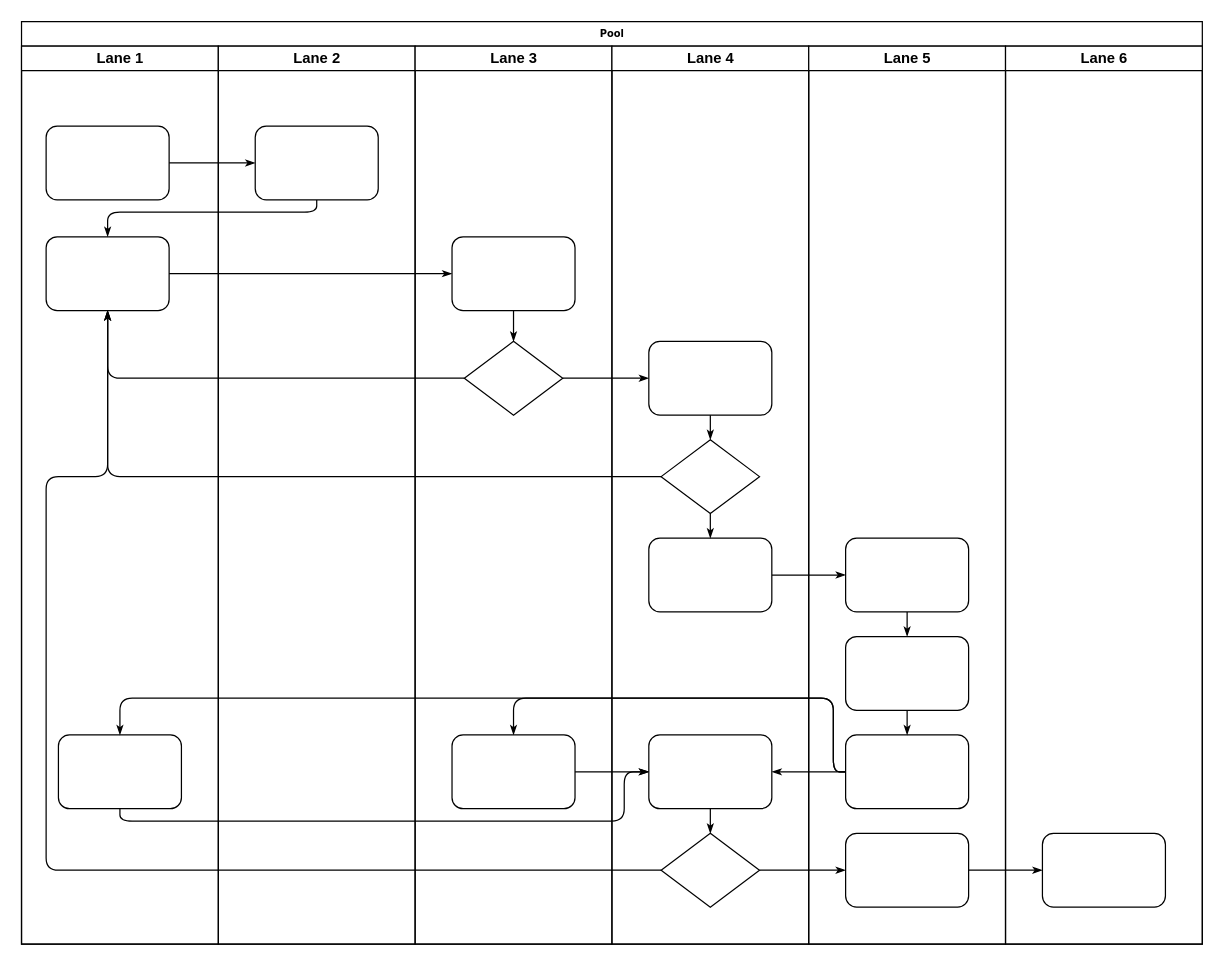
This is page "Page-1" (1 of 2) of diagrama Flujo - Flow.drawio from carlosvalderrama1204/diagrams, a draw.io file, before an edit. Source tidied: cells renumbered, new cells numbered last; positions are measured from the earlier drawing's top-left corner, leaving out a move shared by most shapes. Both pictures are drawn from the tidied source at 123%, with x=0, y=0 at pixel (21, 21).
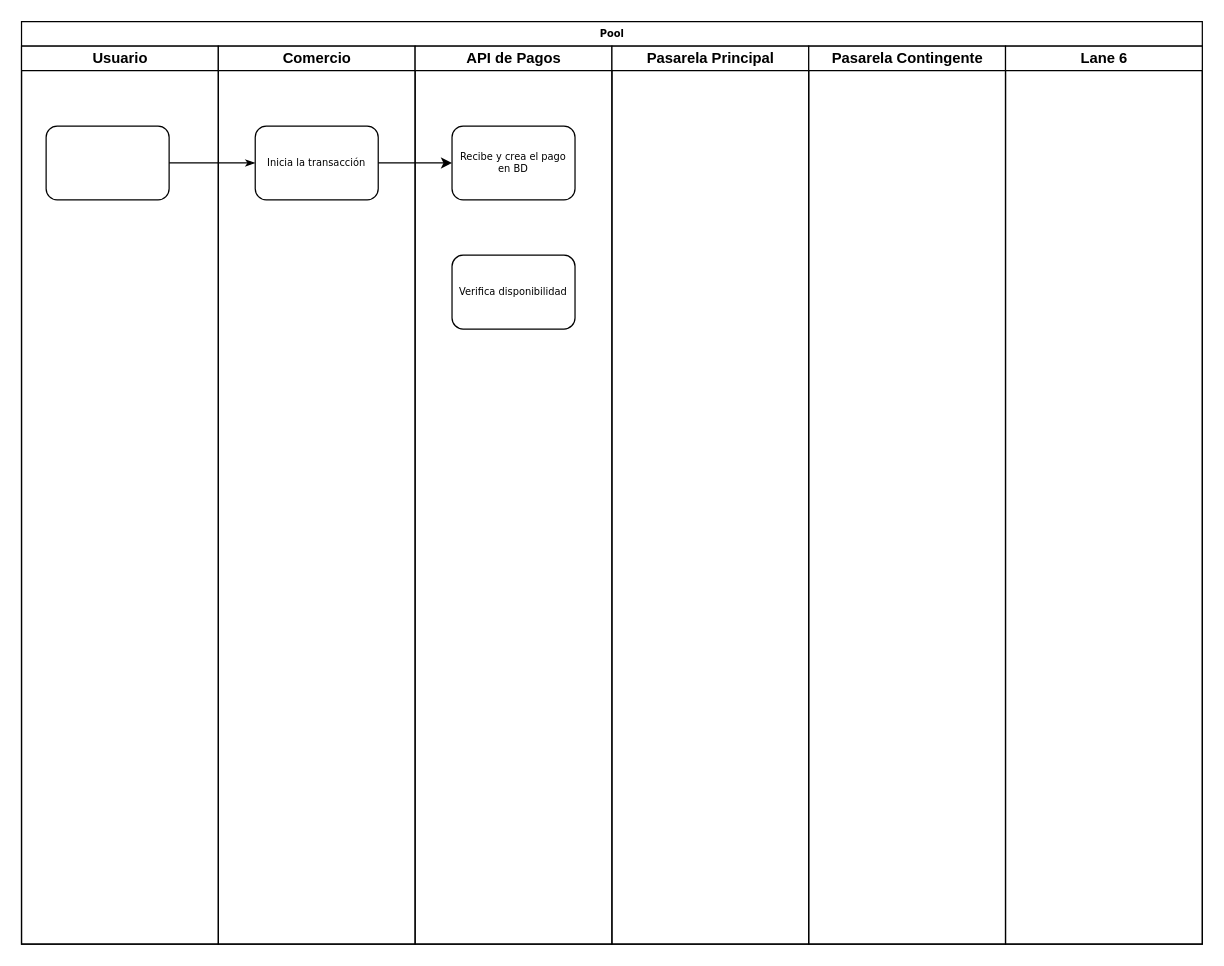
The same page after the edit.

The change refers to these unchanged cells:
```xml
<mxCell id="2" value="Pool" style="swimlane;html=1;startSize=20;rounded=0;shadow=0;labelBackgroundColor=none;strokeWidth=1;fontFamily=Verdana;fontSize=8;align=center;" parent="1" vertex="1">
  <mxGeometry width="960" height="750" as="geometry" />
</mxCell>
<mxCell id="45" value="Lane 6" style="swimlane;html=1;startSize=20;" parent="2" vertex="1">
  <mxGeometry x="800" y="20" width="160" height="730" as="geometry" />
</mxCell>
```

What changed in the source:
```diff
@@
-    <mxCell id="3" value="Lane 1" style="swimlane;html=1;startSize=20;" parent="2" vertex="1">
+    <mxCell id="3" value="Usuario" style="swimlane;html=1;startSize=20;" parent="2" vertex="1">
       <mxGeometry y="20" width="160" height="730" as="geometry" />
     </mxCell>
@@
-    <mxCell id="5" style="rounded=1;whiteSpace=wrap;html=1;shadow=0;labelBackgroundColor=none;strokeWidth=1;fontFamily=Verdana;fontSize=8;align=center;" parent="3" vertex="1">
-      <mxGeometry x="20" y="155" width="100" height="60" as="geometry" />
-    </mxCell>
-    <mxCell id="6" style="rounded=1;whiteSpace=wrap;html=1;shadow=0;labelBackgroundColor=none;strokeWidth=1;fontFamily=Verdana;fontSize=8;align=center;" parent="3" vertex="1">
-      <mxGeometry x="30" y="560" width="100" height="60" as="geometry" />
-    </mxCell>
@@
-    <mxCell id="8" style="edgeStyle=orthogonalEdgeStyle;rounded=1;html=1;labelBackgroundColor=none;startArrow=none;startFill=0;startSize=5;endArrow=classicThin;endFill=1;endSize=5;jettySize=auto;strokeWidth=1;fontFamily=Verdana;fontSize=8;" parent="2" edge="1" source="23" target="5">
-      <mxGeometry relative="1" as="geometry">
-        <Array as="points">
-          <mxPoint x="240" y="155" />
-          <mxPoint x="70" y="155" />
-        </Array>
-      </mxGeometry>
-    </mxCell>
-    <mxCell id="9" style="edgeStyle=orthogonalEdgeStyle;rounded=1;html=1;labelBackgroundColor=none;startArrow=none;startFill=0;startSize=5;endArrow=classicThin;endFill=1;endSize=5;jettySize=auto;strokeWidth=1;fontFamily=Verdana;fontSize=8;" parent="2" edge="1" source="5" target="25">
-      <mxGeometry relative="1" as="geometry" />
-    </mxCell>
-    <mxCell id="10" style="edgeStyle=orthogonalEdgeStyle;rounded=1;html=1;labelBackgroundColor=none;startArrow=none;startFill=0;startSize=5;endArrow=classicThin;endFill=1;endSize=5;jettySize=auto;strokeWidth=1;fontFamily=Verdana;fontSize=8;" parent="2" edge="1" source="26" target="5">
-      <mxGeometry relative="1" as="geometry" />
+    <mxCell id="10" style="edgeStyle=orthogonalEdgeStyle;rounded=1;html=1;labelBackgroundColor=none;startArrow=none;startFill=0;startSize=5;endArrow=classicThin;endFill=1;endSize=5;jettySize=auto;orthogonalLoop=1;strokeWidth=1;fontFamily=Verdana;fontSize=8;" parent="2" edge="1">
+      <mxGeometry relative="1" as="geometry">
+        <mxPoint x="360" y="290" as="sourcePoint" />
+      </mxGeometry>
     </mxCell>
-    <mxCell id="11" style="edgeStyle=orthogonalEdgeStyle;rounded=1;html=1;labelBackgroundColor=none;startArrow=none;startFill=0;startSize=5;endArrow=classicThin;endFill=1;endSize=5;jettySize=auto;strokeWidth=1;fontFamily=Verdana;fontSize=8;" parent="2" edge="1" source="31" target="5">
-      <mxGeometry relative="1" as="geometry" />
+    <mxCell id="11" style="edgeStyle=orthogonalEdgeStyle;rounded=1;html=1;labelBackgroundColor=none;startArrow=none;startFill=0;startSize=5;endArrow=classicThin;endFill=1;endSize=5;jettySize=auto;orthogonalLoop=1;strokeWidth=1;fontFamily=Verdana;fontSize=8;" parent="2" edge="1">
+      <mxGeometry relative="1" as="geometry">
+        <mxPoint x="520" y="370" as="sourcePoint" />
+      </mxGeometry>
     </mxCell>
-    <mxCell id="12" style="edgeStyle=orthogonalEdgeStyle;rounded=1;html=1;labelBackgroundColor=none;startArrow=none;startFill=0;startSize=5;endArrow=classicThin;endFill=1;endSize=5;jettySize=auto;strokeWidth=1;fontFamily=Verdana;fontSize=8;" parent="2" edge="1" source="34" target="5">
-      <mxGeometry relative="1" as="geometry">
-        <Array as="points">
-          <mxPoint x="20" y="690" />
-          <mxPoint x="20" y="370" />
-          <mxPoint x="70" y="370" />
-        </Array>
-      </mxGeometry>
-    </mxCell>
-    <mxCell id="13" style="edgeStyle=orthogonalEdgeStyle;rounded=1;html=1;labelBackgroundColor=none;startArrow=none;startFill=0;startSize=5;endArrow=classicThin;endFill=1;endSize=5;jettySize=auto;strokeWidth=1;fontFamily=Verdana;fontSize=8;" parent="2" edge="1" source="26" target="30">
-      <mxGeometry relative="1" as="geometry" />
+    <mxCell id="13" style="edgeStyle=orthogonalEdgeStyle;rounded=1;html=1;labelBackgroundColor=none;startArrow=none;startFill=0;startSize=5;endArrow=classicThin;endFill=1;endSize=5;jettySize=auto;orthogonalLoop=1;strokeWidth=1;fontFamily=Verdana;fontSize=8;" parent="2" edge="1">
+      <mxGeometry relative="1" as="geometry">
+        <mxPoint x="510" y="290" as="targetPoint" />
+      </mxGeometry>
     </mxCell>
-    <mxCell id="14" style="edgeStyle=orthogonalEdgeStyle;rounded=1;html=1;labelBackgroundColor=none;startArrow=none;startFill=0;startSize=5;endArrow=classicThin;endFill=1;endSize=5;jettySize=auto;strokeWidth=1;fontFamily=Verdana;fontSize=8;" parent="2" edge="1" source="34" target="42">
-      <mxGeometry relative="1" as="geometry" />
-    </mxCell>
-    <mxCell id="15" style="edgeStyle=orthogonalEdgeStyle;rounded=1;html=1;labelBackgroundColor=none;startArrow=none;startFill=0;startSize=5;endArrow=classicThin;endFill=1;endSize=5;jettySize=auto;strokeWidth=1;fontFamily=Verdana;fontSize=8;" parent="2" edge="1" source="42" target="46">
-      <mxGeometry relative="1" as="geometry" />
-    </mxCell>
-    <mxCell id="16" style="edgeStyle=orthogonalEdgeStyle;rounded=1;html=1;labelBackgroundColor=none;startArrow=none;startFill=0;startSize=5;endArrow=classicThin;endFill=1;endSize=5;jettySize=auto;strokeWidth=1;fontFamily=Verdana;fontSize=8;" parent="2" edge="1" source="32" target="39">
-      <mxGeometry relative="1" as="geometry" />
-    </mxCell>
-    <mxCell id="17" style="edgeStyle=orthogonalEdgeStyle;rounded=1;html=1;labelBackgroundColor=none;startArrow=none;startFill=0;startSize=5;endArrow=classicThin;endFill=1;endSize=5;jettySize=auto;strokeWidth=1;fontFamily=Verdana;fontSize=8;" parent="2" edge="1" source="41" target="27">
-      <mxGeometry relative="1" as="geometry">
-        <Array as="points">
-          <mxPoint x="660" y="610" />
-          <mxPoint x="660" y="550" />
-          <mxPoint x="400" y="550" />
-        </Array>
-      </mxGeometry>
-    </mxCell>
-    <mxCell id="18" style="edgeStyle=orthogonalEdgeStyle;rounded=1;html=1;labelBackgroundColor=none;startArrow=none;startFill=0;startSize=5;endArrow=classicThin;endFill=1;endSize=5;jettySize=auto;strokeColor=#000000;strokeWidth=1;fontFamily=Verdana;fontSize=8;fontColor=#000000;" parent="2" edge="1" source="41" target="33">
-      <mxGeometry relative="1" as="geometry" />
-    </mxCell>
-    <mxCell id="19" style="edgeStyle=orthogonalEdgeStyle;rounded=1;html=1;labelBackgroundColor=none;startArrow=none;startFill=0;startSize=5;endArrow=classicThin;endFill=1;endSize=5;jettySize=auto;strokeWidth=1;fontFamily=Verdana;fontSize=8;" parent="2" edge="1" source="41" target="6">
-      <mxGeometry relative="1" as="geometry">
-        <Array as="points">
-          <mxPoint x="660" y="610" />
-          <mxPoint x="660" y="550" />
-          <mxPoint x="80" y="550" />
-        </Array>
-      </mxGeometry>
-    </mxCell>
-    <mxCell id="20" style="edgeStyle=orthogonalEdgeStyle;rounded=1;html=1;labelBackgroundColor=none;startArrow=none;startFill=0;startSize=5;endArrow=classicThin;endFill=1;endSize=5;jettySize=auto;strokeWidth=1;fontFamily=Verdana;fontSize=8;" parent="2" edge="1" source="6" target="33">
-      <mxGeometry relative="1" as="geometry">
-        <Array as="points">
-          <mxPoint x="80" y="650" />
-          <mxPoint x="490" y="650" />
-          <mxPoint x="490" y="610" />
-        </Array>
-      </mxGeometry>
-    </mxCell>
-    <mxCell id="21" style="edgeStyle=orthogonalEdgeStyle;rounded=1;html=1;labelBackgroundColor=none;startArrow=none;startFill=0;startSize=5;endArrow=classicThin;endFill=1;endSize=5;jettySize=auto;strokeWidth=1;fontFamily=Verdana;fontSize=8;" parent="2" edge="1" source="27" target="33">
-      <mxGeometry relative="1" as="geometry" />
-    </mxCell>
-    <mxCell id="22" value="Lane 2" style="swimlane;html=1;startSize=20;" parent="2" vertex="1">
+    <mxCell id="22" value="Comercio" style="swimlane;html=1;startSize=20;" parent="2" vertex="1">
       <mxGeometry x="160" y="20" width="160" height="730" as="geometry" />
     </mxCell>
-    <mxCell id="23" style="rounded=1;whiteSpace=wrap;html=1;shadow=0;labelBackgroundColor=none;strokeWidth=1;fontFamily=Verdana;fontSize=8;align=center;" parent="22" vertex="1">
+    <mxCell id="23" value="Inicia la transacción" style="rounded=1;whiteSpace=wrap;html=1;shadow=0;labelBackgroundColor=none;strokeWidth=1;fontFamily=Verdana;fontSize=8;align=center;" parent="22" vertex="1">
       <mxGeometry x="30" y="65" width="100" height="60" as="geometry" />
     </mxCell>
-    <mxCell id="24" value="Lane 3" style="swimlane;html=1;startSize=20;" parent="2" vertex="1">
+    <mxCell id="24" value="API de Pagos" style="swimlane;html=1;startSize=20;" parent="2" vertex="1">
       <mxGeometry x="320" y="20" width="160" height="730" as="geometry" />
     </mxCell>
-    <mxCell id="25" style="rounded=1;whiteSpace=wrap;html=1;shadow=0;labelBackgroundColor=none;strokeWidth=1;fontFamily=Verdana;fontSize=8;align=center;" parent="24" vertex="1">
-      <mxGeometry x="30" y="155" width="100" height="60" as="geometry" />
-    </mxCell>
-    <mxCell id="26" style="rhombus;whiteSpace=wrap;html=1;rounded=0;shadow=0;labelBackgroundColor=none;strokeWidth=1;fontFamily=Verdana;fontSize=8;align=center;" parent="24" vertex="1">
-      <mxGeometry x="40" y="240" width="80" height="60" as="geometry" />
-    </mxCell>
-    <mxCell id="27" style="rounded=1;whiteSpace=wrap;html=1;shadow=0;labelBackgroundColor=none;strokeWidth=1;fontFamily=Verdana;fontSize=8;align=center;" parent="24" vertex="1">
-      <mxGeometry x="30" y="560" width="100" height="60" as="geometry" />
-    </mxCell>
-    <mxCell id="28" style="edgeStyle=orthogonalEdgeStyle;rounded=1;html=1;labelBackgroundColor=none;startArrow=none;startFill=0;startSize=5;endArrow=classicThin;endFill=1;endSize=5;jettySize=auto;strokeWidth=1;fontFamily=Verdana;fontSize=8;" parent="24" edge="1" source="25" target="26">
-      <mxGeometry relative="1" as="geometry" />
+    <mxCell id="28" style="edgeStyle=orthogonalEdgeStyle;rounded=1;html=1;labelBackgroundColor=none;startArrow=none;startFill=0;startSize=5;endArrow=classicThin;endFill=1;endSize=5;jettySize=auto;orthogonalLoop=1;strokeWidth=1;fontFamily=Verdana;fontSize=8;" parent="24" edge="1">
+      <mxGeometry relative="1" as="geometry">
+        <mxPoint x="80" y="240" as="targetPoint" />
+      </mxGeometry>
     </mxCell>
+    <mxCell id="47" value="Recibe y crea el pago en BD" style="rounded=1;whiteSpace=wrap;html=1;shadow=0;labelBackgroundColor=none;strokeWidth=1;fontFamily=Verdana;fontSize=8;align=center;" parent="24" vertex="1">
+      <mxGeometry x="30" y="65" width="100" height="60" as="geometry" />
+    </mxCell>
+    <mxCell id="48" value="Verifica disponibilidad" style="rounded=1;whiteSpace=wrap;html=1;shadow=0;labelBackgroundColor=none;strokeWidth=1;fontFamily=Verdana;fontSize=8;align=center;" parent="24" vertex="1">
+      <mxGeometry x="30" y="170" width="100" height="60" as="geometry" />
+    </mxCell>
-    <mxCell id="29" value="Lane 4" style="swimlane;html=1;startSize=20;" parent="2" vertex="1">
+    <mxCell id="29" value="Pasarela Principal" style="swimlane;html=1;startSize=20;" parent="2" vertex="1">
       <mxGeometry x="480" y="20" width="160" height="730" as="geometry" />
     </mxCell>
-    <mxCell id="30" style="rounded=1;whiteSpace=wrap;html=1;shadow=0;labelBackgroundColor=none;strokeWidth=1;fontFamily=Verdana;fontSize=8;align=center;" parent="29" vertex="1">
-      <mxGeometry x="30" y="240" width="100" height="60" as="geometry" />
-    </mxCell>
-    <mxCell id="31" style="rhombus;whiteSpace=wrap;html=1;rounded=0;shadow=0;labelBackgroundColor=none;strokeWidth=1;fontFamily=Verdana;fontSize=8;align=center;" parent="29" vertex="1">
-      <mxGeometry x="40" y="320" width="80" height="60" as="geometry" />
-    </mxCell>
-    <mxCell id="32" style="rounded=1;whiteSpace=wrap;html=1;shadow=0;labelBackgroundColor=none;strokeWidth=1;fontFamily=Verdana;fontSize=8;align=center;" parent="29" vertex="1">
-      <mxGeometry x="30" y="400" width="100" height="60" as="geometry" />
-    </mxCell>
-    <mxCell id="33" style="rounded=1;whiteSpace=wrap;html=1;shadow=0;labelBackgroundColor=none;strokeWidth=1;fontFamily=Verdana;fontSize=8;align=center;" parent="29" vertex="1">
-      <mxGeometry x="30" y="560" width="100" height="60" as="geometry" />
-    </mxCell>
-    <mxCell id="34" style="rhombus;whiteSpace=wrap;html=1;rounded=0;shadow=0;labelBackgroundColor=none;strokeWidth=1;fontFamily=Verdana;fontSize=8;align=center;" parent="29" vertex="1">
-      <mxGeometry x="40" y="640" width="80" height="60" as="geometry" />
-    </mxCell>
-    <mxCell id="35" style="edgeStyle=orthogonalEdgeStyle;rounded=1;html=1;labelBackgroundColor=none;startArrow=none;startFill=0;startSize=5;endArrow=classicThin;endFill=1;endSize=5;jettySize=auto;strokeColor=#000000;strokeWidth=1;fontFamily=Verdana;fontSize=8;fontColor=#000000;" parent="29" edge="1" source="30" target="31">
-      <mxGeometry relative="1" as="geometry" />
+    <mxCell id="35" style="edgeStyle=orthogonalEdgeStyle;rounded=1;html=1;labelBackgroundColor=none;startArrow=none;startFill=0;startSize=5;endArrow=classicThin;endFill=1;endSize=5;jettySize=auto;orthogonalLoop=1;strokeColor=#000000;strokeWidth=1;fontFamily=Verdana;fontSize=8;fontColor=#000000;" parent="29" edge="1">
+      <mxGeometry relative="1" as="geometry">
+        <mxPoint x="80" y="320" as="targetPoint" />
+      </mxGeometry>
     </mxCell>
-    <mxCell id="36" style="edgeStyle=orthogonalEdgeStyle;rounded=1;html=1;labelBackgroundColor=none;startArrow=none;startFill=0;startSize=5;endArrow=classicThin;endFill=1;endSize=5;jettySize=auto;strokeWidth=1;fontFamily=Verdana;fontSize=8;" parent="29" edge="1" source="31" target="32">
-      <mxGeometry relative="1" as="geometry" />
-    </mxCell>
-    <mxCell id="37" style="edgeStyle=orthogonalEdgeStyle;rounded=1;html=1;labelBackgroundColor=none;startArrow=none;startFill=0;startSize=5;endArrow=classicThin;endFill=1;endSize=5;jettySize=auto;strokeWidth=1;fontFamily=Verdana;fontSize=8;" parent="29" edge="1" source="33" target="34">
-      <mxGeometry relative="1" as="geometry" />
-    </mxCell>
-    <mxCell id="38" value="Lane 5" style="swimlane;html=1;startSize=20;" parent="2" vertex="1">
+    <mxCell id="38" value="Pasarela Contingente" style="swimlane;html=1;startSize=20;" parent="2" vertex="1">
       <mxGeometry x="640" y="20" width="160" height="730" as="geometry" />
     </mxCell>
-    <mxCell id="39" style="rounded=1;whiteSpace=wrap;html=1;shadow=0;labelBackgroundColor=none;strokeWidth=1;fontFamily=Verdana;fontSize=8;align=center;" parent="38" vertex="1">
-      <mxGeometry x="30" y="400" width="100" height="60" as="geometry" />
-    </mxCell>
-    <mxCell id="40" style="rounded=1;whiteSpace=wrap;html=1;shadow=0;labelBackgroundColor=none;strokeWidth=1;fontFamily=Verdana;fontSize=8;align=center;" parent="38" vertex="1">
-      <mxGeometry x="30" y="480" width="100" height="60" as="geometry" />
-    </mxCell>
-    <mxCell id="41" style="rounded=1;whiteSpace=wrap;html=1;shadow=0;labelBackgroundColor=none;strokeWidth=1;fontFamily=Verdana;fontSize=8;align=center;" parent="38" vertex="1">
-      <mxGeometry x="30" y="560" width="100" height="60" as="geometry" />
-    </mxCell>
-    <mxCell id="42" style="rounded=1;whiteSpace=wrap;html=1;shadow=0;labelBackgroundColor=none;strokeWidth=1;fontFamily=Verdana;fontSize=8;align=center;" parent="38" vertex="1">
-      <mxGeometry x="30" y="640" width="100" height="60" as="geometry" />
-    </mxCell>
-    <mxCell id="43" style="edgeStyle=orthogonalEdgeStyle;rounded=1;html=1;labelBackgroundColor=none;startArrow=none;startFill=0;startSize=5;endArrow=classicThin;endFill=1;endSize=5;jettySize=auto;strokeWidth=1;fontFamily=Verdana;fontSize=8;" parent="38" edge="1" source="39" target="40">
-      <mxGeometry relative="1" as="geometry" />
-    </mxCell>
-    <mxCell id="44" style="edgeStyle=orthogonalEdgeStyle;rounded=1;html=1;labelBackgroundColor=none;startArrow=none;startFill=0;startSize=5;endArrow=classicThin;endFill=1;endSize=5;jettySize=auto;strokeWidth=1;fontFamily=Verdana;fontSize=8;" parent="38" edge="1" source="40" target="41">
-      <mxGeometry relative="1" as="geometry" />
-    </mxCell>
@@
-    <mxCell id="46" style="rounded=1;whiteSpace=wrap;html=1;shadow=0;labelBackgroundColor=none;strokeWidth=1;fontFamily=Verdana;fontSize=8;align=center;" parent="45" vertex="1">
-      <mxGeometry x="30" y="640" width="100" height="60" as="geometry" />
-    </mxCell>
+    <mxCell id="49" style="edgeStyle=orthogonalEdgeStyle;rounded=0;jettySize=auto;html=1;entryX=0;entryY=0.5;entryDx=0;entryDy=0;" parent="2" edge="1" source="23" target="47">
+      <mxGeometry relative="1" as="geometry" />
+    </mxCell>
+    <mxCell id="50" style="edgeStyle=orthogonalEdgeStyle;rounded=0;orthogonalLoop=1;jettySize=auto;html=1;" parent="1" edge="1">
+      <mxGeometry relative="1" as="geometry">
+        <mxPoint x="560" y="480" as="targetPoint" />
+      </mxGeometry>
+    </mxCell>
```
